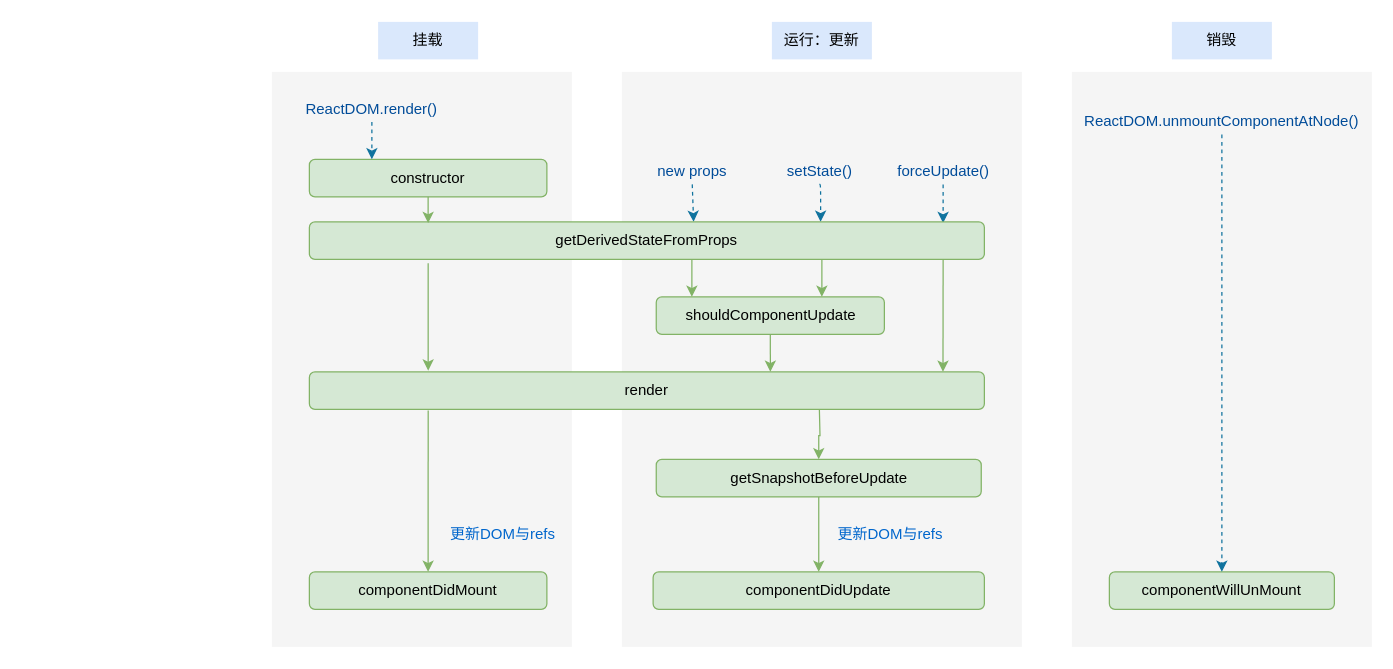
Above: images/mvvm/react-04.drawio in overnote/over-javascript (draw.io), before the change. Source tidied: cells renumbered, new cells numbered last; positions are measured from the earlier drawing's top-left corner, leaving out a move shared by most shapes. Both pictures are drawn from the tidied source at 125%, with x=0, y=0 at pixel (271, 21).
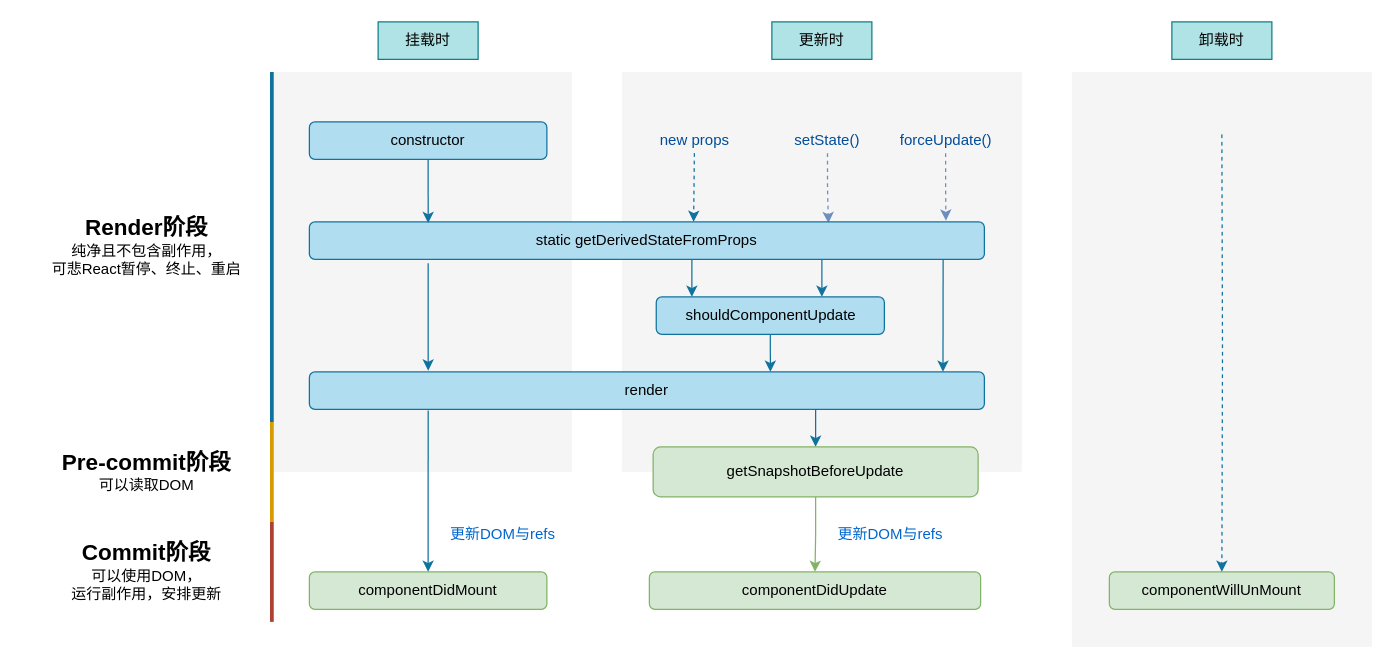
Above is the later version.

The change refers to these unchanged cells:
```xml
<mxCell id="9" value="componentDidMount" style="rounded=1;whiteSpace=wrap;html=1;fillColor=#d5e8d4;strokeColor=#82b366;" parent="1" vertex="1">
  <mxGeometry x="30" y="440" width="190" height="30" as="geometry" />
</mxCell>
<mxCell id="11" value="componentWillUnMount" style="rounded=1;whiteSpace=wrap;html=1;fillColor=#d5e8d4;strokeColor=#82b366;" parent="1" vertex="1">
  <mxGeometry x="670" y="440" width="180" height="30" as="geometry" />
</mxCell>
```

Change to the diagram source:
```diff
@@
-    <mxCell id="3" value="挂载" style="text;html=1;strokeColor=none;fillColor=#dae8fc;align=center;verticalAlign=middle;whiteSpace=wrap;rounded=0;" parent="1" vertex="1">
+    <mxCell id="3" value="挂载时" style="text;html=1;strokeColor=#0e8088;fillColor=#b0e3e6;align=center;verticalAlign=middle;whiteSpace=wrap;rounded=0;" parent="1" vertex="1">
       <mxGeometry x="85" width="80" height="30" as="geometry" />
     </mxCell>
     <mxCell id="4" style="rounded=0;whiteSpace=wrap;html=1;fillColor=#f5f5f5;strokeColor=none;fontColor=#333333;dashed=1;dashPattern=1 2;" parent="1" vertex="1">
-      <mxGeometry y="40" width="240" height="460" as="geometry" />
+      <mxGeometry y="40" width="240" height="320" as="geometry" />
     </mxCell>
-    <mxCell id="5" value="constructor" style="rounded=1;whiteSpace=wrap;html=1;fillColor=#d5e8d4;strokeColor=#82b366;" parent="1" vertex="1">
-      <mxGeometry x="30" y="110" width="190" height="30" as="geometry" />
+    <mxCell id="5" value="constructor" style="rounded=1;whiteSpace=wrap;html=1;fillColor=#b1ddf0;strokeColor=#10739e;" parent="1" vertex="1">
+      <mxGeometry x="30" y="80" width="190" height="30" as="geometry" />
     </mxCell>
     <mxCell id="6" style="rounded=0;whiteSpace=wrap;html=1;fillColor=#f5f5f5;strokeColor=none;fontColor=#333333;dashed=1;dashPattern=1 2;" parent="1" vertex="1">
-      <mxGeometry x="280" y="40" width="320" height="460" as="geometry" />
+      <mxGeometry x="280" y="40" width="320" height="320" as="geometry" />
     </mxCell>
-    <mxCell id="7" value="shouldComponentUpdate" style="rounded=1;whiteSpace=wrap;html=1;fillColor=#d5e8d4;strokeColor=#82b366;" parent="1" vertex="1">
+    <mxCell id="7" value="shouldComponentUpdate" style="rounded=1;whiteSpace=wrap;html=1;fillColor=#b1ddf0;strokeColor=#10739e;" parent="1" vertex="1">
       <mxGeometry x="307.5" y="220" width="182.5" height="30" as="geometry" />
     </mxCell>
-    <mxCell id="8" style="edgeStyle=orthogonalEdgeStyle;rounded=0;jettySize=auto;html=1;entryX=0.5;entryY=0;entryDx=0;entryDy=0;fontColor=#004C99;fillColor=#d5e8d4;strokeColor=#82b366;" parent="1" edge="1" target="15">
+    <mxCell id="8" style="edgeStyle=orthogonalEdgeStyle;rounded=0;jettySize=auto;html=1;entryX=0.5;entryY=0;entryDx=0;entryDy=0;fontColor=#004C99;fillColor=#b1ddf0;strokeColor=#10739e;" parent="1" edge="1" target="15">
       <mxGeometry relative="1" as="geometry">
         <mxPoint x="438" y="310" as="sourcePoint" />
       </mxGeometry>
     </mxCell>
@@
     <mxCell id="10" value="componentDidUpdate" style="rounded=1;whiteSpace=wrap;html=1;fillColor=#d5e8d4;strokeColor=#82b366;" parent="1" vertex="1">
-      <mxGeometry x="305" y="440" width="265" height="30" as="geometry" />
+      <mxGeometry x="302" y="440" width="265" height="30" as="geometry" />
     </mxCell>
@@
-    <mxCell id="12" style="edgeStyle=orthogonalEdgeStyle;rounded=0;jettySize=auto;html=1;fillColor=#d5e8d4;strokeColor=#82b366;entryX=0.5;entryY=0;entryDx=0;entryDy=0;exitX=0.176;exitY=1.033;exitDx=0;exitDy=0;exitPerimeter=0;" parent="1" edge="1" source="13" target="9">
+    <mxCell id="12" style="edgeStyle=orthogonalEdgeStyle;rounded=0;jettySize=auto;html=1;fillColor=#b1ddf0;strokeColor=#10739e;entryX=0.5;entryY=0;entryDx=0;entryDy=0;exitX=0.176;exitY=1.033;exitDx=0;exitDy=0;exitPerimeter=0;" parent="1" edge="1" source="13" target="9">
       <mxGeometry relative="1" as="geometry" />
     </mxCell>
-    <mxCell id="13" value="render" style="rounded=1;whiteSpace=wrap;html=1;fillColor=#d5e8d4;strokeColor=#82b366;" parent="1" vertex="1">
+    <mxCell id="13" value="render" style="rounded=1;whiteSpace=wrap;html=1;fillColor=#b1ddf0;strokeColor=#10739e;" parent="1" vertex="1">
       <mxGeometry x="30" y="280" width="540" height="30" as="geometry" />
     </mxCell>
@@
     <mxCell id="15" value="getSnapshotBeforeUpdate" style="rounded=1;whiteSpace=wrap;html=1;fillColor=#d5e8d4;strokeColor=#82b366;" parent="1" vertex="1">
-      <mxGeometry x="307.5" y="350" width="260" height="30" as="geometry" />
+      <mxGeometry x="305" y="340" width="260" height="40" as="geometry" />
     </mxCell>
-    <mxCell id="16" value="运行：更新" style="text;html=1;strokeColor=none;fillColor=#dae8fc;align=center;verticalAlign=middle;whiteSpace=wrap;rounded=0;" parent="1" vertex="1">
+    <mxCell id="16" value="更新时" style="text;html=1;strokeColor=#0e8088;fillColor=#b0e3e6;align=center;verticalAlign=middle;whiteSpace=wrap;rounded=0;" parent="1" vertex="1">
       <mxGeometry x="400" width="80" height="30" as="geometry" />
     </mxCell>
-    <mxCell id="17" value="销毁" style="text;html=1;strokeColor=none;fillColor=#dae8fc;align=center;verticalAlign=middle;whiteSpace=wrap;rounded=0;" parent="1" vertex="1">
+    <mxCell id="17" value="卸载时" style="text;html=1;strokeColor=#0e8088;fillColor=#b0e3e6;align=center;verticalAlign=middle;whiteSpace=wrap;rounded=0;" parent="1" vertex="1">
       <mxGeometry x="720" width="80" height="30" as="geometry" />
     </mxCell>
-    <mxCell id="18" value="ReactDOM.render()" style="text;html=1;strokeColor=none;fillColor=none;align=center;verticalAlign=middle;whiteSpace=wrap;rounded=0;fontColor=#004C99;" parent="1" vertex="1">
-      <mxGeometry x="30" y="60" width="100" height="20" as="geometry" />
-    </mxCell>
     <mxCell id="19" value="new props" style="text;html=1;strokeColor=none;fillColor=none;align=center;verticalAlign=middle;whiteSpace=wrap;rounded=0;fontColor=#004C99;" parent="1" vertex="1">
-      <mxGeometry x="303.8" y="110" width="65" height="20" as="geometry" />
+      <mxGeometry x="305.5" y="85" width="65" height="20" as="geometry" />
     </mxCell>
-    <mxCell id="20" style="endArrow=classic;html=1;fontColor=#004C99;exitX=0.5;exitY=1;exitDx=0;exitDy=0;entryX=0.25;entryY=0;entryDx=0;entryDy=0;fillColor=#b1ddf0;strokeColor=#10739e;rounded=1;dashed=1;" parent="1" edge="1" source="18">
-      <mxGeometry relative="1" as="geometry">
-        <mxPoint x="80" y="110" as="targetPoint" />
-      </mxGeometry>
-    </mxCell>
-    <mxCell id="21" style="edgeStyle=orthogonalEdgeStyle;rounded=0;jettySize=auto;html=1;fontColor=#004C99;fillColor=#b1ddf0;strokeColor=#10739e;dashed=1;" parent="1" edge="1" source="22" target="11">
-      <mxGeometry relative="1" as="geometry" />
+    <mxCell id="21" style="edgeStyle=orthogonalEdgeStyle;rounded=0;jettySize=auto;html=1;fontColor=#004C99;fillColor=#b1ddf0;strokeColor=#10739e;dashed=1;" parent="1" edge="1" target="11">
+      <mxGeometry relative="1" as="geometry">
+        <mxPoint x="760" y="90" as="sourcePoint" />
+      </mxGeometry>
     </mxCell>
-    <mxCell id="22" value="ReactDOM.unmountComponentAtNode()" style="text;html=1;strokeColor=none;fillColor=none;align=center;verticalAlign=middle;whiteSpace=wrap;rounded=0;fontColor=#004C99;" parent="1" vertex="1">
-      <mxGeometry x="650" y="70" width="220" height="20" as="geometry" />
-    </mxCell>
-    <mxCell id="23" style="edgeStyle=orthogonalEdgeStyle;rounded=1;orthogonalLoop=1;jettySize=auto;html=1;entryX=0.5;entryY=0;entryDx=0;entryDy=0;fontColor=#004C99;fillColor=#b1ddf0;strokeColor=#10739e;dashed=1;" parent="1" edge="1">
-      <mxGeometry relative="1" as="geometry">
-        <mxPoint x="438" y="130" as="sourcePoint" />
-        <mxPoint x="439" y="160" as="targetPoint" />
-      </mxGeometry>
-    </mxCell>
+    <mxCell id="37" style="edgeStyle=orthogonalEdgeStyle;rounded=0;jettySize=auto;html=1;entryX=0.769;entryY=0.033;entryDx=0;entryDy=0;entryPerimeter=0;dashed=1;fillColor=#dae8fc;strokeColor=#6c8ebf;" parent="1" edge="1" source="24" target="29">
+      <mxGeometry relative="1" as="geometry" />
+    </mxCell>
     <mxCell id="24" value="setState()" style="text;html=1;strokeColor=none;fillColor=none;align=center;verticalAlign=middle;whiteSpace=wrap;rounded=0;fontColor=#004C99;" parent="1" vertex="1">
-      <mxGeometry x="406.2" y="110" width="65" height="20" as="geometry" />
+      <mxGeometry x="412" y="85" width="65" height="20" as="geometry" />
     </mxCell>
+    <mxCell id="38" style="edgeStyle=orthogonalEdgeStyle;rounded=0;jettySize=auto;html=1;entryX=0.943;entryY=-0.033;entryDx=0;entryDy=0;entryPerimeter=0;dashed=1;fillColor=#dae8fc;strokeColor=#6c8ebf;" parent="1" edge="1" source="25" target="29">
+      <mxGeometry relative="1" as="geometry" />
+    </mxCell>
     <mxCell id="25" value="forceUpdate()" style="text;html=1;strokeColor=none;fillColor=none;align=center;verticalAlign=middle;whiteSpace=wrap;rounded=0;fontColor=#004C99;" parent="1" vertex="1">
-      <mxGeometry x="504.8" y="110" width="65" height="20" as="geometry" />
+      <mxGeometry x="506.5" y="85" width="65" height="20" as="geometry" />
     </mxCell>
@@
-    <mxCell id="27" style="endArrow=classic;html=1;fillColor=#b1ddf0;strokeColor=#10739e;rounded=1;dashed=1;" parent="1" edge="1">
-      <mxGeometry relative="1" as="geometry">
-        <mxPoint x="537" y="130" as="sourcePoint" />
-        <mxPoint x="537" y="161" as="targetPoint" />
-      </mxGeometry>
-    </mxCell>
-    <mxCell id="28" style="edgeStyle=orthogonalEdgeStyle;rounded=0;jettySize=auto;html=1;entryX=0.176;entryY=-0.033;entryDx=0;entryDy=0;fillColor=#d5e8d4;strokeColor=#82b366;exitX=0.176;exitY=1.1;exitDx=0;exitDy=0;exitPerimeter=0;entryPerimeter=0;" parent="1" edge="1" source="29" target="13">
+    <mxCell id="28" style="edgeStyle=orthogonalEdgeStyle;rounded=0;jettySize=auto;html=1;entryX=0.176;entryY=-0.033;entryDx=0;entryDy=0;fillColor=#b1ddf0;strokeColor=#10739e;exitX=0.176;exitY=1.1;exitDx=0;exitDy=0;exitPerimeter=0;entryPerimeter=0;" parent="1" edge="1" source="29" target="13">
       <mxGeometry relative="1" as="geometry" />
     </mxCell>
-    <mxCell id="29" value="getDerivedStateFromProps" style="rounded=1;whiteSpace=wrap;html=1;fillColor=#d5e8d4;strokeColor=#82b366;" parent="1" vertex="1">
+    <mxCell id="29" value="static getDerivedStateFromProps" style="rounded=1;whiteSpace=wrap;html=1;fillColor=#b1ddf0;strokeColor=#10739e;" parent="1" vertex="1">
       <mxGeometry x="30" y="160" width="540" height="30" as="geometry" />
     </mxCell>
-    <mxCell id="30" style="endArrow=classic;html=1;fillColor=#d5e8d4;strokeColor=#82b366;" parent="1" edge="1">
+    <mxCell id="30" style="endArrow=classic;html=1;fillColor=#b1ddf0;strokeColor=#10739e;" parent="1" edge="1">
       <mxGeometry relative="1" as="geometry">
         <mxPoint x="336" y="190" as="sourcePoint" />
         <mxPoint x="336" y="220" as="targetPoint" />
       </mxGeometry>
     </mxCell>
-    <mxCell id="31" style="endArrow=classic;html=1;exitX=0.5;exitY=1;exitDx=0;exitDy=0;fillColor=#d5e8d4;strokeColor=#82b366;" parent="1" edge="1">
+    <mxCell id="31" style="endArrow=classic;html=1;exitX=0.5;exitY=1;exitDx=0;exitDy=0;fillColor=#b1ddf0;strokeColor=#10739e;" parent="1" edge="1">
       <mxGeometry relative="1" as="geometry">
         <mxPoint x="440" y="190" as="sourcePoint" />
         <mxPoint x="440" y="220" as="targetPoint" />
       </mxGeometry>
     </mxCell>
-    <mxCell id="32" style="endArrow=classic;html=1;entryX=0.875;entryY=0;entryDx=0;entryDy=0;entryPerimeter=0;fillColor=#d5e8d4;strokeColor=#82b366;" parent="1" edge="1">
+    <mxCell id="32" style="endArrow=classic;html=1;entryX=0.875;entryY=0;entryDx=0;entryDy=0;entryPerimeter=0;fillColor=#b1ddf0;strokeColor=#10739e;" parent="1" edge="1">
       <mxGeometry relative="1" as="geometry">
         <mxPoint x="537" y="190" as="sourcePoint" />
         <mxPoint x="536.9" y="280" as="targetPoint" />
       </mxGeometry>
     </mxCell>
-    <mxCell id="33" style="endArrow=classic;html=1;exitX=0.5;exitY=1;exitDx=0;exitDy=0;entryX=0.354;entryY=0;entryDx=0;entryDy=0;entryPerimeter=0;fillColor=#d5e8d4;strokeColor=#82b366;" parent="1" edge="1" source="7">
+    <mxCell id="33" style="endArrow=classic;html=1;exitX=0.5;exitY=1;exitDx=0;exitDy=0;entryX=0.354;entryY=0;entryDx=0;entryDy=0;entryPerimeter=0;fillColor=#b1ddf0;strokeColor=#10739e;" parent="1" edge="1" source="7">
       <mxGeometry relative="1" as="geometry">
         <mxPoint x="398.8" y="280" as="targetPoint" />
       </mxGeometry>
     </mxCell>
@@
-    <mxCell id="36" style="endArrow=classic;html=1;exitX=0.5;exitY=1;exitDx=0;exitDy=0;entryX=0.176;entryY=0.033;entryDx=0;entryDy=0;entryPerimeter=0;fillColor=#d5e8d4;strokeColor=#82b366;" parent="1" edge="1" source="5" target="29">
+    <mxCell id="36" style="endArrow=classic;html=1;exitX=0.5;exitY=1;exitDx=0;exitDy=0;entryX=0.176;entryY=0.033;entryDx=0;entryDy=0;entryPerimeter=0;fillColor=#b1ddf0;strokeColor=#10739e;" parent="1" edge="1" source="5" target="29">
       <mxGeometry relative="1" as="geometry" />
     </mxCell>
+    <mxCell id="39" value="&lt;font style=&quot;font-size: 18px&quot;&gt;&lt;b&gt;Render阶段&lt;/b&gt;&lt;/font&gt;&lt;br&gt;纯净且不包含副作用，&lt;br&gt;可悲React暂停、终止、重启" style="text;html=1;align=center;verticalAlign=middle;whiteSpace=wrap;rounded=0;strokeColor=none;" parent="1" vertex="1">
+      <mxGeometry x="-200" y="40" width="200" height="280" as="geometry" />
+    </mxCell>
+    <mxCell id="40" value="&lt;font style=&quot;font-size: 18px&quot;&gt;&lt;b&gt;Pre-commit阶段&lt;/b&gt;&lt;/font&gt;&lt;br&gt;可以读取DOM" style="text;html=1;strokeColor=none;fillColor=none;align=center;verticalAlign=middle;whiteSpace=wrap;rounded=0;" parent="1" vertex="1">
+      <mxGeometry x="-200" y="320" width="200" height="80" as="geometry" />
+    </mxCell>
+    <mxCell id="41" value="&lt;font style=&quot;font-size: 18px&quot;&gt;&lt;b&gt;Commit阶段&lt;/b&gt;&lt;/font&gt;&lt;br&gt;可以使用DOM，&lt;br&gt;运行副作用，安排更新" style="text;html=1;strokeColor=none;fillColor=none;align=center;verticalAlign=middle;whiteSpace=wrap;rounded=0;" parent="1" vertex="1">
+      <mxGeometry x="-200" y="400" width="200" height="80" as="geometry" />
+    </mxCell>
+    <mxCell id="42" style="endArrow=none;html=1;exitX=1;exitY=0;exitDx=0;exitDy=0;fillColor=#ffe6cc;strokeColor=#d79b00;strokeWidth=3;" parent="1" edge="1" source="40">
+      <mxGeometry relative="1" as="geometry">
+        <mxPoint y="400" as="targetPoint" />
+      </mxGeometry>
+    </mxCell>
+    <mxCell id="43" style="endArrow=none;html=1;strokeWidth=3;fillColor=#fad9d5;strokeColor=#ae4132;exitX=1;exitY=1;exitDx=0;exitDy=0;" parent="1" edge="1" source="41">
+      <mxGeometry relative="1" as="geometry">
+        <mxPoint y="400" as="targetPoint" />
+      </mxGeometry>
+    </mxCell>
+    <mxCell id="44" style="endArrow=none;html=1;strokeWidth=3;fillColor=#b1ddf0;strokeColor=#10739e;exitX=1;exitY=1;exitDx=0;exitDy=0;entryX=1;entryY=0;entryDx=0;entryDy=0;" parent="1" edge="1" source="39" target="39">
+      <mxGeometry relative="1" as="geometry" />
+    </mxCell>
```
